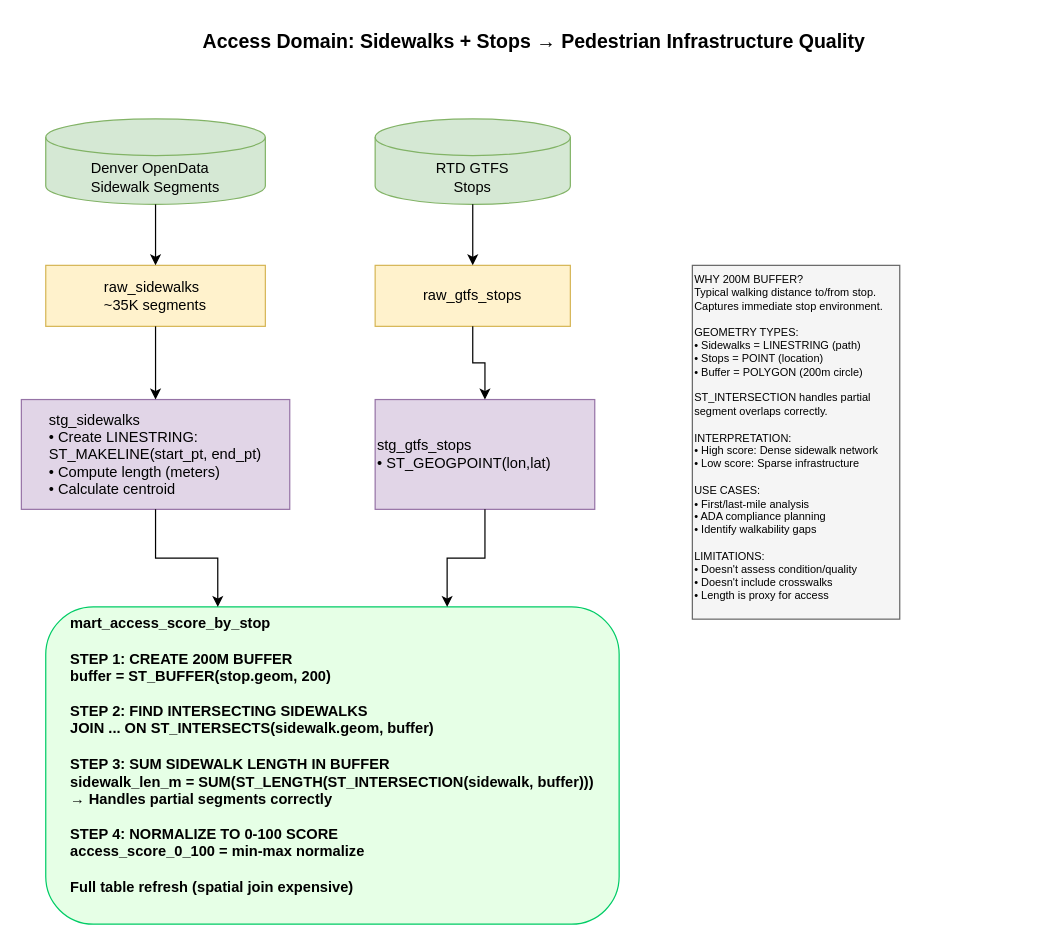
Above: docs/diagrams/access_domain_lineage.drawio in medsidd/whyline-denver (draw.io), before the change. Source tidied: cells renumbered, new cells numbered last; positions are measured from the earlier drawing's top-left corner, leaving out a move shared by most shapes. Both pictures are drawn from the tidied source at 122%, with x=0, y=0 at pixel (21, 21).
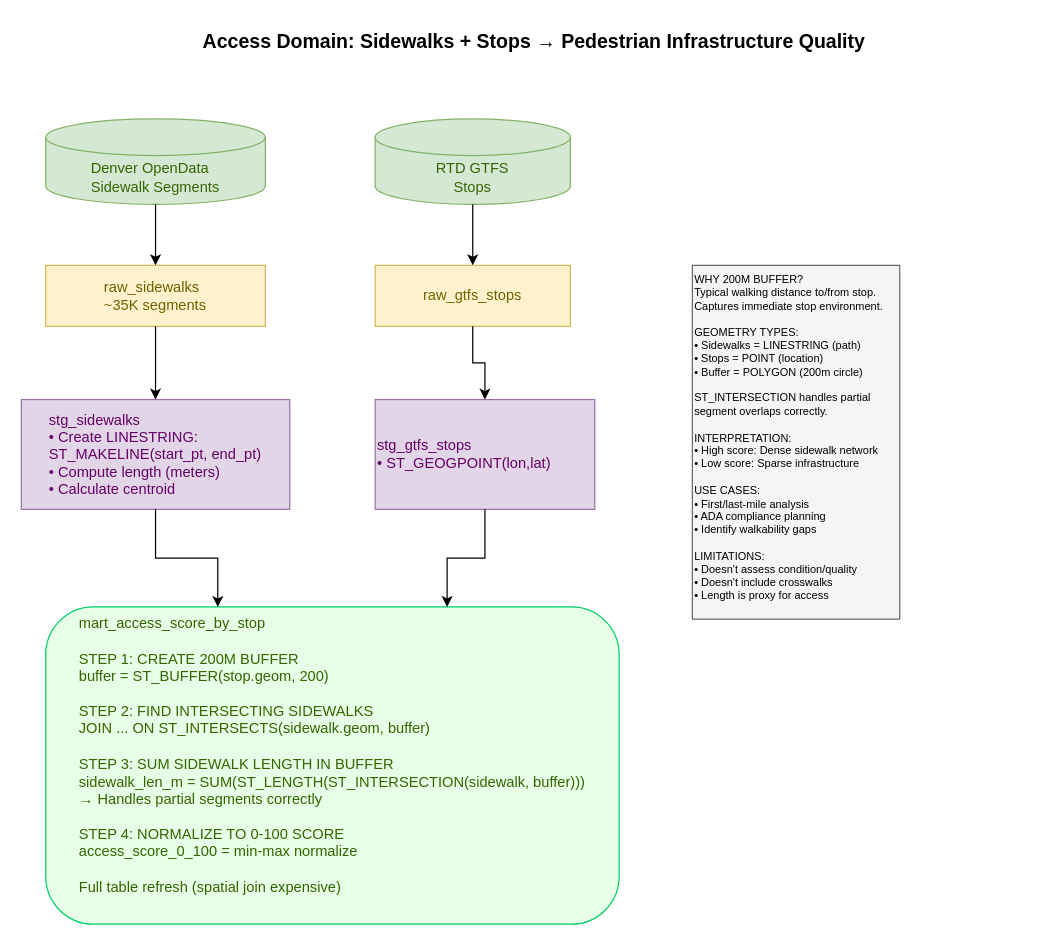
The same page after the edit.

The edit, as a diff of the source:
```diff
@@
 <mxGraphModel>
   <root>
     <mxCell id="0" />
     <mxCell id="1" parent="0" />
     <mxCell id="2" value="Access Domain: Sidewalks + Stops → Pedestrian Infrastructure Quality" style="text;html=1;strokeColor=none;fillColor=none;align=center;fontSize=16;fontStyle=1;" parent="1" vertex="1">
       <mxGeometry x="20" width="800" height="30" as="geometry" />
     </mxCell>
-    <mxCell id="3" value="&lt;div style=&quot;text-align: justify;&quot;&gt;&lt;span style=&quot;background-color: transparent;&quot;&gt;Denver OpenData&lt;/span&gt;&lt;/div&gt;&lt;div style=&quot;text-align: justify;&quot;&gt;&lt;span style=&quot;background-color: transparent;&quot;&gt;Sidewalk Segments&lt;/span&gt;&lt;/div&gt;" style="shape=cylinder3;whiteSpace=wrap;html=1;boundedLbl=1;backgroundOutline=1;size=15;fillColor=#d5e8d4;strokeColor=#82b366;" parent="1" vertex="1">
+    <mxCell id="3" value="&lt;div style=&quot;text-align: justify;&quot;&gt;&lt;span style=&quot;background-color: transparent;&quot;&gt;&lt;font style=&quot;color: rgb(51, 102, 0);&quot;&gt;Denver OpenData&lt;/font&gt;&lt;/span&gt;&lt;/div&gt;&lt;div style=&quot;text-align: justify;&quot;&gt;&lt;span style=&quot;background-color: transparent;&quot;&gt;&lt;font style=&quot;color: rgb(51, 102, 0);&quot;&gt;Sidewalk Segments&lt;/font&gt;&lt;/span&gt;&lt;/div&gt;" style="shape=cylinder3;whiteSpace=wrap;html=1;boundedLbl=1;backgroundOutline=1;size=15;fillColor=#d5e8d4;strokeColor=#82b366;" parent="1" vertex="1">
       <mxGeometry x="20" y="80" width="180" height="70" as="geometry" />
     </mxCell>
-    <mxCell id="4" value="RTD GTFS&#10;Stops" style="shape=cylinder3;whiteSpace=wrap;html=1;boundedLbl=1;backgroundOutline=1;size=15;fillColor=#d5e8d4;strokeColor=#82b366;" parent="1" vertex="1">
+    <mxCell id="4" value="&lt;font style=&quot;color: rgb(51, 102, 0);&quot;&gt;RTD GTFS&lt;br&gt;Stops&lt;/font&gt;" style="shape=cylinder3;whiteSpace=wrap;html=1;boundedLbl=1;backgroundOutline=1;size=15;fillColor=#d5e8d4;strokeColor=#82b366;" parent="1" vertex="1">
       <mxGeometry x="290" y="80" width="160" height="70" as="geometry" />
     </mxCell>
-    <mxCell id="5" value="&lt;div style=&quot;text-align: justify;&quot;&gt;&lt;span style=&quot;background-color: transparent;&quot;&gt;raw_sidewalks&lt;/span&gt;&lt;/div&gt;&lt;div style=&quot;text-align: justify;&quot;&gt;&lt;span style=&quot;background-color: transparent;&quot;&gt;~35K segments&lt;/span&gt;&lt;/div&gt;" style="rounded=0;whiteSpace=wrap;html=1;fillColor=#fff2cc;strokeColor=#d6b656;" parent="1" vertex="1">
+    <mxCell id="5" value="&lt;div style=&quot;text-align: justify;&quot;&gt;&lt;span style=&quot;background-color: transparent;&quot;&gt;&lt;font style=&quot;color: rgb(102, 102, 0);&quot;&gt;raw_sidewalks&lt;/font&gt;&lt;/span&gt;&lt;/div&gt;&lt;div style=&quot;text-align: justify;&quot;&gt;&lt;span style=&quot;background-color: transparent;&quot;&gt;&lt;font style=&quot;color: rgb(102, 102, 0);&quot;&gt;~35K segments&lt;/font&gt;&lt;/span&gt;&lt;/div&gt;" style="rounded=0;whiteSpace=wrap;html=1;fillColor=#fff2cc;strokeColor=#d6b656;" parent="1" vertex="1">
       <mxGeometry x="20" y="200" width="180" height="50" as="geometry" />
     </mxCell>
-    <mxCell id="6" value="&lt;div style=&quot;text-align: justify;&quot;&gt;&lt;span style=&quot;background-color: transparent;&quot;&gt;raw_gtfs_stops&lt;/span&gt;&lt;/div&gt;" style="rounded=0;whiteSpace=wrap;html=1;fillColor=#fff2cc;strokeColor=#d6b656;" parent="1" vertex="1">
+    <mxCell id="6" value="&lt;div style=&quot;text-align: justify;&quot;&gt;&lt;span style=&quot;background-color: transparent;&quot;&gt;&lt;font style=&quot;color: rgb(102, 102, 0);&quot;&gt;raw_gtfs_stops&lt;/font&gt;&lt;/span&gt;&lt;/div&gt;" style="rounded=0;whiteSpace=wrap;html=1;fillColor=#fff2cc;strokeColor=#d6b656;" parent="1" vertex="1">
       <mxGeometry x="290" y="200" width="160" height="50" as="geometry" />
     </mxCell>
-    <mxCell id="7" value="&lt;div style=&quot;text-align: justify;&quot;&gt;&lt;span style=&quot;background-color: transparent;&quot;&gt;stg_sidewalks&lt;/span&gt;&lt;/div&gt;&lt;div style=&quot;text-align: justify;&quot;&gt;&lt;span style=&quot;background-color: transparent;&quot;&gt;• Create LINESTRING:&lt;/span&gt;&lt;/div&gt;&lt;div style=&quot;text-align: justify;&quot;&gt;&lt;span style=&quot;background-color: transparent;&quot;&gt;ST_MAKELINE(start_pt, end_pt)&lt;/span&gt;&lt;/div&gt;&lt;div style=&quot;text-align: justify;&quot;&gt;&lt;span style=&quot;background-color: transparent;&quot;&gt;• Compute length (meters)&lt;/span&gt;&lt;/div&gt;&lt;div style=&quot;text-align: justify;&quot;&gt;&lt;span style=&quot;background-color: transparent;&quot;&gt;• Calculate centroid&lt;/span&gt;&lt;/div&gt;" style="rounded=0;whiteSpace=wrap;html=1;fillColor=#e1d5e7;strokeColor=#9673a6;align=center;" parent="1" vertex="1">
+    <mxCell id="7" value="&lt;div style=&quot;text-align: justify;&quot;&gt;&lt;span style=&quot;background-color: transparent;&quot;&gt;&lt;font style=&quot;color: rgb(102, 0, 102);&quot;&gt;stg_sidewalks&lt;/font&gt;&lt;/span&gt;&lt;/div&gt;&lt;div style=&quot;text-align: justify;&quot;&gt;&lt;span style=&quot;background-color: transparent;&quot;&gt;&lt;font style=&quot;color: rgb(102, 0, 102);&quot;&gt;• Create LINESTRING:&lt;/font&gt;&lt;/span&gt;&lt;/div&gt;&lt;div style=&quot;text-align: justify;&quot;&gt;&lt;span style=&quot;background-color: transparent;&quot;&gt;&lt;font style=&quot;color: rgb(102, 0, 102);&quot;&gt;ST_MAKELINE(start_pt, end_pt)&lt;/font&gt;&lt;/span&gt;&lt;/div&gt;&lt;div style=&quot;text-align: justify;&quot;&gt;&lt;span style=&quot;background-color: transparent;&quot;&gt;&lt;font style=&quot;color: rgb(102, 0, 102);&quot;&gt;• Compute length (meters)&lt;/font&gt;&lt;/span&gt;&lt;/div&gt;&lt;div style=&quot;text-align: justify;&quot;&gt;&lt;span style=&quot;background-color: transparent;&quot;&gt;&lt;font style=&quot;color: rgb(102, 0, 102);&quot;&gt;• Calculate centroid&lt;/font&gt;&lt;/span&gt;&lt;/div&gt;" style="rounded=0;whiteSpace=wrap;html=1;fillColor=#e1d5e7;strokeColor=#9673a6;align=center;" parent="1" vertex="1">
       <mxGeometry y="310" width="220" height="90" as="geometry" />
     </mxCell>
-    <mxCell id="8" value="&lt;div style=&quot;text-align: justify;&quot;&gt;&lt;span style=&quot;background-color: transparent;&quot;&gt;stg_gtfs_stops&lt;/span&gt;&lt;/div&gt;&lt;div style=&quot;text-align: justify;&quot;&gt;&lt;span style=&quot;background-color: transparent;&quot;&gt;• ST_GEOGPOINT(lon,lat)&lt;/span&gt;&lt;/div&gt;" style="rounded=0;whiteSpace=wrap;html=1;fillColor=#e1d5e7;strokeColor=#9673a6;align=left;" parent="1" vertex="1">
+    <mxCell id="8" value="&lt;div style=&quot;text-align: justify;&quot;&gt;&lt;span style=&quot;background-color: transparent;&quot;&gt;&lt;font style=&quot;color: rgb(102, 0, 102);&quot;&gt;stg_gtfs_stops&lt;/font&gt;&lt;/span&gt;&lt;/div&gt;&lt;div style=&quot;text-align: justify;&quot;&gt;&lt;span style=&quot;background-color: transparent;&quot;&gt;&lt;font style=&quot;color: rgb(102, 0, 102);&quot;&gt;• ST_GEOGPOINT(lon,lat)&lt;/font&gt;&lt;/span&gt;&lt;/div&gt;" style="rounded=0;whiteSpace=wrap;html=1;fillColor=#e1d5e7;strokeColor=#9673a6;align=left;" parent="1" vertex="1">
       <mxGeometry x="290" y="310" width="180" height="90" as="geometry" />
     </mxCell>
-    <mxCell id="9" value="&lt;div style=&quot;text-align: justify;&quot;&gt;&lt;span style=&quot;background-color: transparent;&quot;&gt;mart_access_score_by_stop&lt;/span&gt;&lt;/div&gt;&lt;div style=&quot;text-align: justify;&quot;&gt;&lt;br&gt;&lt;/div&gt;&lt;div style=&quot;text-align: justify;&quot;&gt;&lt;span style=&quot;background-color: transparent;&quot;&gt;STEP 1: CREATE 200M BUFFER&lt;/span&gt;&lt;/div&gt;&lt;div style=&quot;text-align: justify;&quot;&gt;&lt;span style=&quot;background-color: transparent;&quot;&gt;buffer = ST_BUFFER(stop.geom, 200)&lt;/span&gt;&lt;/div&gt;&lt;div style=&quot;text-align: justify;&quot;&gt;&lt;br&gt;&lt;/div&gt;&lt;div style=&quot;text-align: justify;&quot;&gt;&lt;span style=&quot;background-color: transparent;&quot;&gt;STEP 2: FIND INTERSECTING SIDEWALKS&lt;/span&gt;&lt;/div&gt;&lt;div style=&quot;text-align: justify;&quot;&gt;&lt;span style=&quot;background-color: transparent;&quot;&gt;JOIN ... ON ST_INTERSECTS(sidewalk.geom, buffer)&lt;/span&gt;&lt;/div&gt;&lt;div style=&quot;text-align: justify;&quot;&gt;&lt;br&gt;&lt;/div&gt;&lt;div style=&quot;text-align: justify;&quot;&gt;&lt;span style=&quot;background-color: transparent;&quot;&gt;STEP 3: SUM SIDEWALK LENGTH IN BUFFER&lt;/span&gt;&lt;/div&gt;&lt;div style=&quot;text-align: justify;&quot;&gt;&lt;span style=&quot;background-color: transparent;&quot;&gt;sidewalk_len_m = SUM(ST_LENGTH(ST_INTERSECTION(sidewalk, buffer)))&lt;/span&gt;&lt;/div&gt;&lt;div style=&quot;text-align: justify;&quot;&gt;&lt;span style=&quot;background-color: transparent;&quot;&gt;→ Handles partial segments correctly&lt;/span&gt;&lt;/div&gt;&lt;div style=&quot;text-align: justify;&quot;&gt;&lt;br&gt;&lt;/div&gt;&lt;div style=&quot;text-align: justify;&quot;&gt;&lt;span style=&quot;background-color: transparent;&quot;&gt;STEP 4: NORMALIZE TO 0-100 SCORE&lt;/span&gt;&lt;/div&gt;&lt;div style=&quot;text-align: justify;&quot;&gt;&lt;span style=&quot;background-color: transparent;&quot;&gt;access_score_0_100 = min-max normalize&lt;/span&gt;&lt;/div&gt;&lt;div style=&quot;text-align: justify;&quot;&gt;&lt;br&gt;&lt;/div&gt;&lt;div style=&quot;text-align: justify;&quot;&gt;&lt;span style=&quot;background-color: transparent;&quot;&gt;Full table refresh (spatial join expensive)&lt;/span&gt;&lt;/div&gt;" style="rounded=1;whiteSpace=wrap;html=1;fillColor=#e6ffe6;strokeColor=#00cc66;align=center;verticalAlign=top;fontStyle=1;" parent="1" vertex="1">
+    <mxCell id="9" value="&lt;div style=&quot;text-align: justify;&quot;&gt;&lt;span style=&quot;background-color: transparent; font-weight: normal;&quot;&gt;&lt;font style=&quot;color: rgb(51, 102, 0);&quot;&gt;mart_access_score_by_stop&lt;/font&gt;&lt;/span&gt;&lt;/div&gt;&lt;div style=&quot;text-align: justify;&quot;&gt;&lt;span style=&quot;font-weight: normal;&quot;&gt;&lt;font style=&quot;color: rgb(51, 102, 0);&quot;&gt;&lt;br&gt;&lt;/font&gt;&lt;/span&gt;&lt;/div&gt;&lt;div style=&quot;text-align: justify;&quot;&gt;&lt;span style=&quot;background-color: transparent; font-weight: normal;&quot;&gt;&lt;font style=&quot;color: rgb(51, 102, 0);&quot;&gt;STEP 1: CREATE 200M BUFFER&lt;/font&gt;&lt;/span&gt;&lt;/div&gt;&lt;div style=&quot;text-align: justify;&quot;&gt;&lt;span style=&quot;background-color: transparent; font-weight: normal;&quot;&gt;&lt;font style=&quot;color: rgb(51, 102, 0);&quot;&gt;buffer = ST_BUFFER(stop.geom, 200)&lt;/font&gt;&lt;/span&gt;&lt;/div&gt;&lt;div style=&quot;text-align: justify;&quot;&gt;&lt;span style=&quot;font-weight: normal;&quot;&gt;&lt;font style=&quot;color: rgb(51, 102, 0);&quot;&gt;&lt;br&gt;&lt;/font&gt;&lt;/span&gt;&lt;/div&gt;&lt;div style=&quot;text-align: justify;&quot;&gt;&lt;span style=&quot;background-color: transparent; font-weight: normal;&quot;&gt;&lt;font style=&quot;color: rgb(51, 102, 0);&quot;&gt;STEP 2: FIND INTERSECTING SIDEWALKS&lt;/font&gt;&lt;/span&gt;&lt;/div&gt;&lt;div style=&quot;text-align: justify;&quot;&gt;&lt;span style=&quot;background-color: transparent; font-weight: normal;&quot;&gt;&lt;font style=&quot;color: rgb(51, 102, 0);&quot;&gt;JOIN ... ON ST_INTERSECTS(sidewalk.geom, buffer)&lt;/font&gt;&lt;/span&gt;&lt;/div&gt;&lt;div style=&quot;text-align: justify;&quot;&gt;&lt;span style=&quot;font-weight: normal;&quot;&gt;&lt;font style=&quot;color: rgb(51, 102, 0);&quot;&gt;&lt;br&gt;&lt;/font&gt;&lt;/span&gt;&lt;/div&gt;&lt;div style=&quot;text-align: justify;&quot;&gt;&lt;span style=&quot;background-color: transparent; font-weight: normal;&quot;&gt;&lt;font style=&quot;color: rgb(51, 102, 0);&quot;&gt;STEP 3: SUM SIDEWALK LENGTH IN BUFFER&lt;/font&gt;&lt;/span&gt;&lt;/div&gt;&lt;div style=&quot;text-align: justify;&quot;&gt;&lt;span style=&quot;background-color: transparent; font-weight: normal;&quot;&gt;&lt;font style=&quot;color: rgb(51, 102, 0);&quot;&gt;sidewalk_len_m = SUM(ST_LENGTH(ST_INTERSECTION(sidewalk, buffer)))&lt;/font&gt;&lt;/span&gt;&lt;/div&gt;&lt;div style=&quot;text-align: justify;&quot;&gt;&lt;span style=&quot;background-color: transparent; font-weight: normal;&quot;&gt;&lt;font style=&quot;color: rgb(51, 102, 0);&quot;&gt;→ Handles partial segments correctly&lt;/font&gt;&lt;/span&gt;&lt;/div&gt;&lt;div style=&quot;text-align: justify;&quot;&gt;&lt;span style=&quot;font-weight: normal;&quot;&gt;&lt;font style=&quot;color: rgb(51, 102, 0);&quot;&gt;&lt;br&gt;&lt;/font&gt;&lt;/span&gt;&lt;/div&gt;&lt;div style=&quot;text-align: justify;&quot;&gt;&lt;span style=&quot;background-color: transparent; font-weight: normal;&quot;&gt;&lt;font style=&quot;color: rgb(51, 102, 0);&quot;&gt;STEP 4: NORMALIZE TO 0-100 SCORE&lt;/font&gt;&lt;/span&gt;&lt;/div&gt;&lt;div style=&quot;text-align: justify;&quot;&gt;&lt;span style=&quot;background-color: transparent; font-weight: normal;&quot;&gt;&lt;font style=&quot;color: rgb(51, 102, 0);&quot;&gt;access_score_0_100 = min-max normalize&lt;/font&gt;&lt;/span&gt;&lt;/div&gt;&lt;div style=&quot;text-align: justify;&quot;&gt;&lt;span style=&quot;font-weight: normal;&quot;&gt;&lt;font style=&quot;color: rgb(51, 102, 0);&quot;&gt;&lt;br&gt;&lt;/font&gt;&lt;/span&gt;&lt;/div&gt;&lt;div style=&quot;text-align: justify;&quot;&gt;&lt;span style=&quot;background-color: transparent; font-weight: normal;&quot;&gt;&lt;font style=&quot;color: rgb(51, 102, 0);&quot;&gt;Full table refresh (spatial join expensive)&lt;/font&gt;&lt;/span&gt;&lt;/div&gt;" style="rounded=1;whiteSpace=wrap;html=1;fillColor=#e6ffe6;strokeColor=#00cc66;align=center;verticalAlign=top;fontStyle=1;" parent="1" vertex="1">
       <mxGeometry x="20" y="480" width="470" height="260" as="geometry" />
     </mxCell>
     <mxCell id="10" style="edgeStyle=orthogonalEdgeStyle;rounded=0;html=1;" parent="1" edge="1" source="3" target="5">
       <mxGeometry relative="1" as="geometry" />
     </mxCell>
     <mxCell id="11" style="edgeStyle=orthogonalEdgeStyle;rounded=0;html=1;" parent="1" edge="1" source="4" target="6">
       <mxGeometry relative="1" as="geometry" />
     </mxCell>
     <mxCell id="12" style="edgeStyle=orthogonalEdgeStyle;rounded=0;html=1;" parent="1" edge="1" source="5" target="7">
       <mxGeometry relative="1" as="geometry" />
     </mxCell>
     <mxCell id="13" style="edgeStyle=orthogonalEdgeStyle;rounded=0;html=1;" parent="1" edge="1" source="6" target="8">
       <mxGeometry relative="1" as="geometry" />
     </mxCell>
     <mxCell id="14" style="edgeStyle=orthogonalEdgeStyle;rounded=0;html=1;exitX=0.5;exitY=1;entryX=0.3;entryY=0;" parent="1" edge="1" source="7" target="9">
       <mxGeometry relative="1" as="geometry" />
     </mxCell>
     <mxCell id="15" style="edgeStyle=orthogonalEdgeStyle;rounded=0;html=1;exitX=0.5;exitY=1;entryX=0.7;entryY=0;" parent="1" edge="1" source="8" target="9">
       <mxGeometry relative="1" as="geometry" />
     </mxCell>
     <mxCell id="16" value="WHY 200M BUFFER?&#10;Typical walking distance to/from stop.&#10;Captures immediate stop environment.&#10;&#10;GEOMETRY TYPES:&#10;• Sidewalks = LINESTRING (path)&#10;• Stops = POINT (location)&#10;• Buffer = POLYGON (200m circle)&#10;&#10;ST_INTERSECTION handles partial&#10;segment overlaps correctly.&#10;&#10;INTERPRETATION:&#10;• High score: Dense sidewalk network&#10;• Low score: Sparse infrastructure&#10;&#10;USE CASES:&#10;• First/last-mile analysis&#10;• ADA compliance planning&#10;• Identify walkability gaps&#10;&#10;LIMITATIONS:&#10;• Doesn't assess condition/quality&#10;• Doesn't include crosswalks&#10;• Length is proxy for access" style="rounded=0;whiteSpace=wrap;html=1;fillColor=#f5f5f5;strokeColor=#666666;align=left;verticalAlign=top;fontSize=9;" parent="1" vertex="1">
       <mxGeometry x="550" y="200" width="170" height="290" as="geometry" />
     </mxCell>
   </root>
 </mxGraphModel>
```
